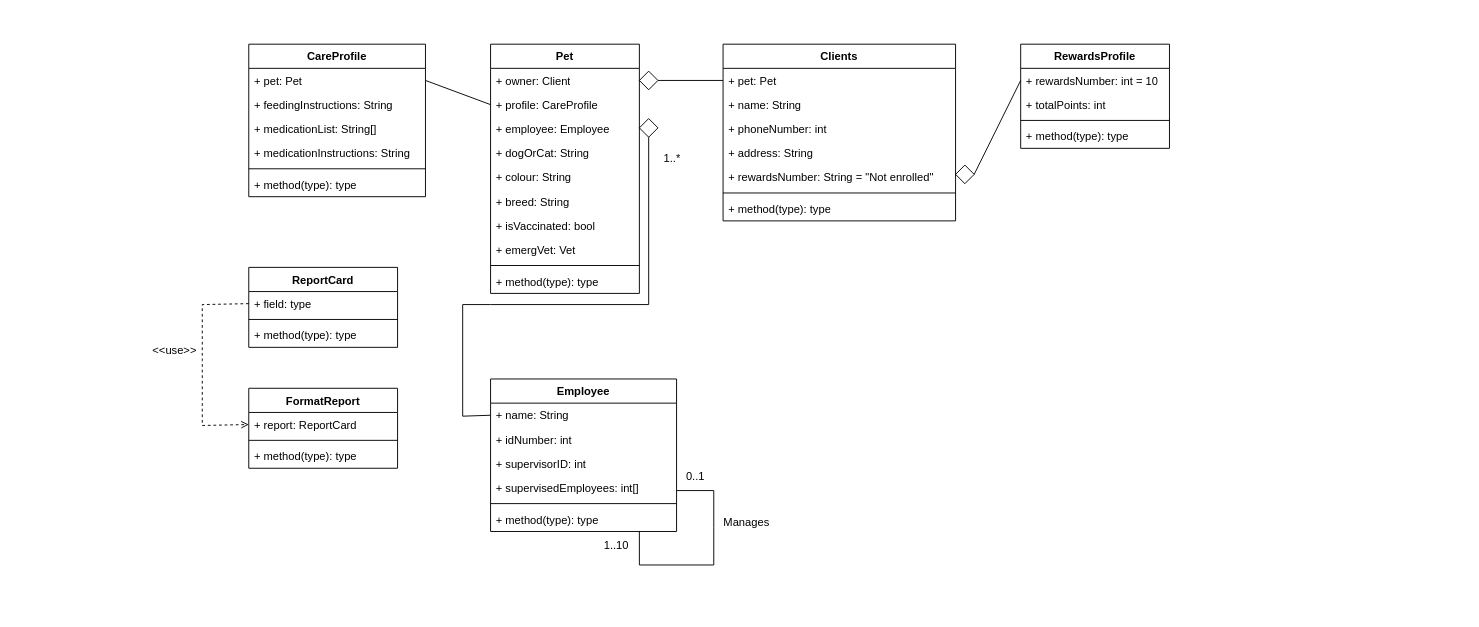
This is ENSF409Exerc10.3.drawio from tcastillonuofc/ENSF-409-Lectures, a draw.io file, before an edit. Source tidied: cells renumbered, new cells numbered last; positions are measured from the earlier drawing's top-left corner, leaving out a move shared by most shapes. Both pictures are drawn from the tidied source at 93%, with x=0, y=0 at pixel (141, 44).
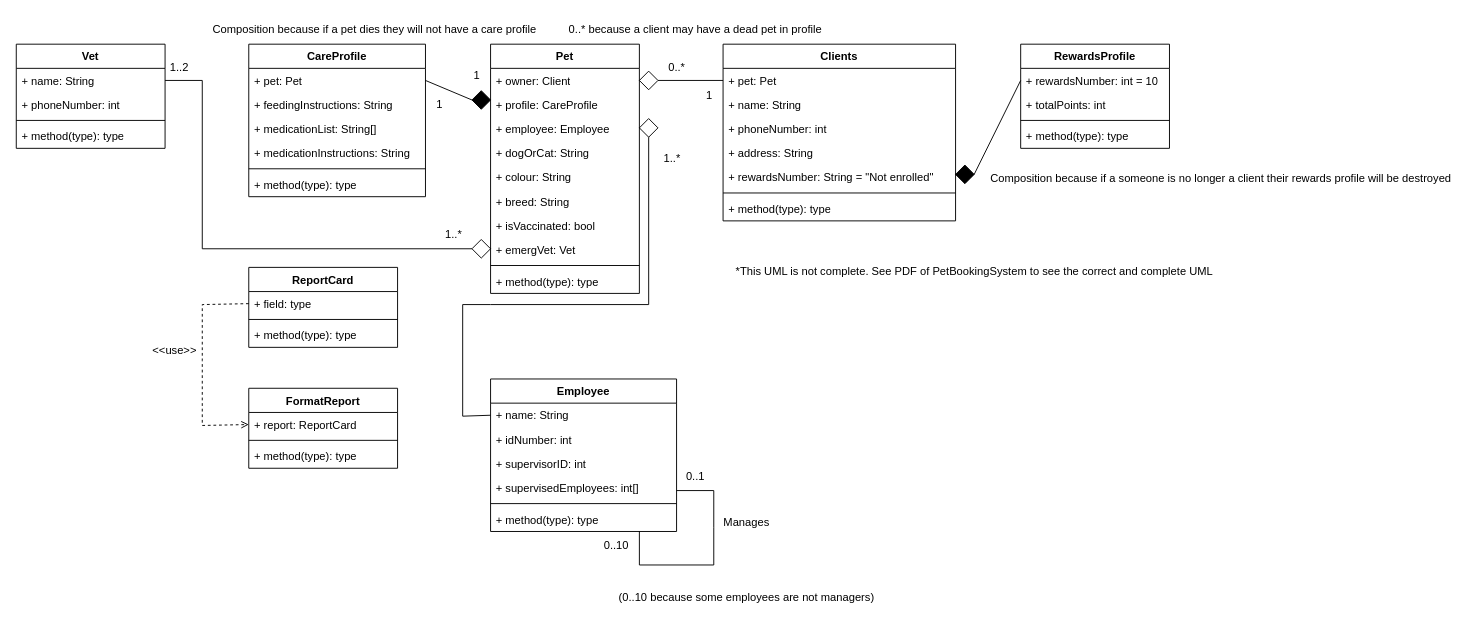
Above is the later version.

The change refers to these unchanged cells:
```xml
<mxCell id="4" value="+ profile: CareProfile" style="text;strokeColor=none;fillColor=none;align=left;verticalAlign=top;spacingLeft=4;spacingRight=4;overflow=hidden;points=[[0,0.5],[1,0.5]];portConstraint=eastwest;whiteSpace=wrap;html=1;" parent="2" vertex="1">
  <mxGeometry y="52" width="160" height="26" as="geometry" />
</mxCell>
<mxCell id="24" value="+ pet: Pet" style="text;strokeColor=none;fillColor=none;align=left;verticalAlign=top;spacingLeft=4;spacingRight=4;overflow=hidden;points=[[0,0.5],[1,0.5]];portConstraint=eastwest;whiteSpace=wrap;html=1;" parent="23" vertex="1">
  <mxGeometry y="26" width="190" height="26" as="geometry" />
</mxCell>
```

Change to the diagram source:
```diff
@@
-    <mxCell id="30" style="endArrow=none;html=1;rounded=0;entryX=1;entryY=0.5;entryDx=0;entryDy=0;exitX=0;exitY=0.5;exitDx=0;exitDy=0;" parent="1" edge="1" source="4" target="24">
-      <mxGeometry relative="1" as="geometry" />
-    </mxCell>
@@
-    <mxCell id="41" value="1..10" style="text;html=1;align=center;verticalAlign=middle;strokeColor=none;fillColor=none;" parent="1" vertex="1">
+    <mxCell id="41" value="0..10" style="text;html=1;align=center;verticalAlign=middle;strokeColor=none;fillColor=none;" parent="1" vertex="1">
       <mxGeometry x="485" y="524" width="50" height="30" as="geometry" />
     </mxCell>
@@
-    <mxCell id="48" style="rhombus;whiteSpace=wrap;html=1;fillColor=none;" parent="1" vertex="1">
+    <mxCell id="48" style="rhombus;whiteSpace=wrap;html=1;fillColor=#000000;" parent="1" vertex="1">
       <mxGeometry x="875" y="130" width="20" height="20" as="geometry" />
     </mxCell>
@@
+    <mxCell id="62" value="Vet" style="swimlane;fontStyle=1;align=center;verticalAlign=top;horizontal=1;startSize=26;whiteSpace=wrap;html=1;" parent="1" vertex="1">
+      <mxGeometry x="-135" width="160" height="112" as="geometry" />
+    </mxCell>
+    <mxCell id="63" value="+ name: String" style="text;strokeColor=none;fillColor=none;align=left;verticalAlign=top;spacingLeft=4;spacingRight=4;overflow=hidden;points=[[0,0.5],[1,0.5]];portConstraint=eastwest;whiteSpace=wrap;html=1;" parent="62" vertex="1">
+      <mxGeometry y="26" width="160" height="26" as="geometry" />
+    </mxCell>
+    <mxCell id="64" value="+ phoneNumber: int" style="text;strokeColor=none;fillColor=none;align=left;verticalAlign=top;spacingLeft=4;spacingRight=4;overflow=hidden;whiteSpace=wrap;html=1;" parent="62" vertex="1">
+      <mxGeometry y="52" width="160" height="26" as="geometry" />
+    </mxCell>
+    <mxCell id="65" style="line;strokeWidth=1;fillColor=none;align=left;verticalAlign=middle;spacingTop=-1;spacingLeft=3;spacingRight=3;labelPosition=right;strokeColor=inherit;" parent="62" vertex="1">
+      <mxGeometry y="78" width="160" height="8" as="geometry" />
+    </mxCell>
+    <mxCell id="66" value="+ method(type): type" style="text;strokeColor=none;fillColor=none;align=left;verticalAlign=top;spacingLeft=4;spacingRight=4;overflow=hidden;whiteSpace=wrap;html=1;" parent="62" vertex="1">
+      <mxGeometry y="86" width="160" height="26" as="geometry" />
+    </mxCell>
+    <mxCell id="67" style="rhombus;whiteSpace=wrap;html=1;fillColor=none;" parent="1" vertex="1">
+      <mxGeometry x="355" y="210" width="20" height="20" as="geometry" />
+    </mxCell>
+    <mxCell id="68" style="endArrow=none;html=1;rounded=0;entryX=1;entryY=0.5;entryDx=0;entryDy=0;exitX=0;exitY=0.5;exitDx=0;exitDy=0;" parent="1" edge="1" source="67" target="63">
+      <mxGeometry relative="1" as="geometry">
+        <Array as="points">
+          <mxPoint x="65" y="220" />
+          <mxPoint x="65" y="39" />
+        </Array>
+      </mxGeometry>
+    </mxCell>
+    <mxCell id="69" value="1..2" style="text;html=1;align=center;verticalAlign=middle;strokeColor=none;fillColor=none;" parent="1" vertex="1">
+      <mxGeometry x="20" y="10" width="40" height="30" as="geometry" />
+    </mxCell>
+    <mxCell id="70" value="1..*" style="text;html=1;align=center;verticalAlign=middle;strokeColor=none;fillColor=none;" parent="1" vertex="1">
+      <mxGeometry x="315" y="190" width="40" height="30" as="geometry" />
+    </mxCell>
+    <mxCell id="71" value="(0..10 because some employees are not managers)" style="text;html=1;align=center;verticalAlign=middle;strokeColor=none;fillColor=none;" parent="1" vertex="1">
+      <mxGeometry x="500" y="580" width="300" height="30" as="geometry" />
+    </mxCell>
+    <mxCell id="72" value="0..*" style="text;html=1;align=center;verticalAlign=middle;strokeColor=none;fillColor=none;" parent="1" vertex="1">
+      <mxGeometry x="555" y="10" width="40" height="30" as="geometry" />
+    </mxCell>
+    <mxCell id="73" value="1" style="text;html=1;align=center;verticalAlign=middle;strokeColor=none;fillColor=none;" parent="1" vertex="1">
+      <mxGeometry x="595" y="40" width="30" height="30" as="geometry" />
+    </mxCell>
+    <mxCell id="74" value="0..* because a client may have a dead pet in profile" style="text;html=1;align=center;verticalAlign=middle;strokeColor=none;fillColor=none;" parent="1" vertex="1">
+      <mxGeometry x="445" y="-30" width="300" height="30" as="geometry" />
+    </mxCell>
+    <mxCell id="75" value="Composition because if a someone is no longer a client their rewards profile will be destroyed" style="text;html=1;align=center;verticalAlign=middle;strokeColor=none;fillColor=none;" parent="1" vertex="1">
+      <mxGeometry x="900" y="130" width="520" height="30" as="geometry" />
+    </mxCell>
+    <mxCell id="76" style="rhombus;whiteSpace=wrap;html=1;fillColor=#000000;" parent="1" vertex="1">
+      <mxGeometry x="355" y="50" width="20" height="20" as="geometry" />
+    </mxCell>
+    <mxCell id="77" style="endArrow=none;html=1;rounded=0;entryX=0;entryY=0.5;entryDx=0;entryDy=0;exitX=1;exitY=0.5;exitDx=0;exitDy=0;" parent="1" edge="1" source="24" target="76">
+      <mxGeometry relative="1" as="geometry" />
+    </mxCell>
+    <mxCell id="78" value="1" style="text;html=1;align=center;verticalAlign=middle;strokeColor=none;fillColor=none;" parent="1" vertex="1">
+      <mxGeometry x="345" y="19" width="30" height="30" as="geometry" />
+    </mxCell>
+    <mxCell id="79" value="1" style="text;html=1;align=center;verticalAlign=middle;strokeColor=none;fillColor=none;" parent="1" vertex="1">
+      <mxGeometry x="305" y="50" width="30" height="30" as="geometry" />
+    </mxCell>
+    <mxCell id="80" value="Composition because if a pet dies they will not have a care profile" style="text;html=1;align=center;verticalAlign=middle;strokeColor=none;fillColor=none;" parent="1" vertex="1">
+      <mxGeometry x="65" y="-30" width="370" height="30" as="geometry" />
+    </mxCell>
+    <mxCell id="81" value="*This UML is not complete. See PDF of PetBookingSystem to see the correct and complete UML" style="text;html=1;align=center;verticalAlign=middle;strokeColor=none;fillColor=none;" parent="1" vertex="1">
+      <mxGeometry x="625" y="230" width="540" height="30" as="geometry" />
+    </mxCell>
```
